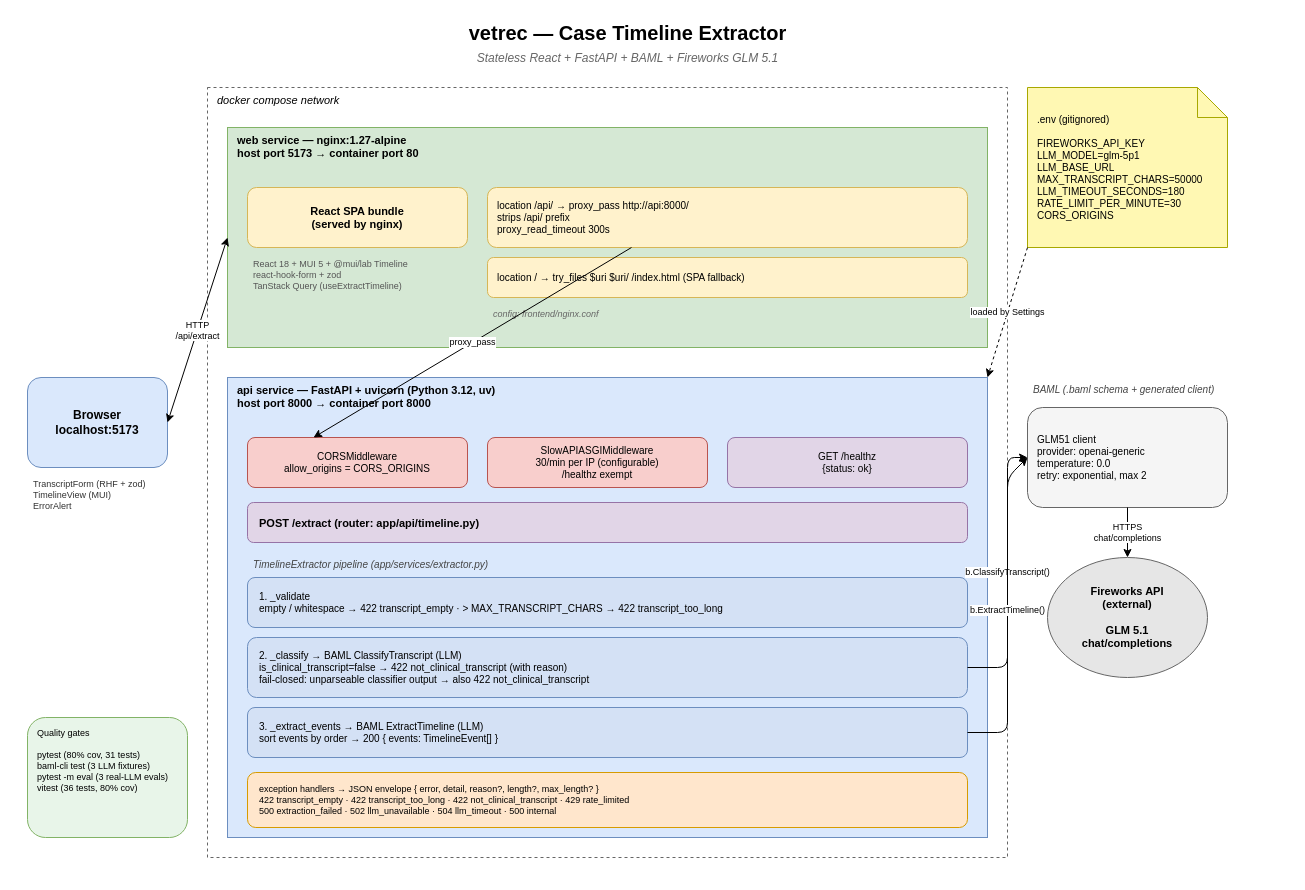
The draw.io diagram docs/architecture.drawio in AyanoNK/vetrec, before the edit. Source tidied: cells renumbered, new cells numbered last; positions are measured from the earlier drawing's top-left corner, leaving out a move shared by most shapes. Both pictures are drawn from the tidied source at 100%, with x=0, y=0 at pixel (27, 17).
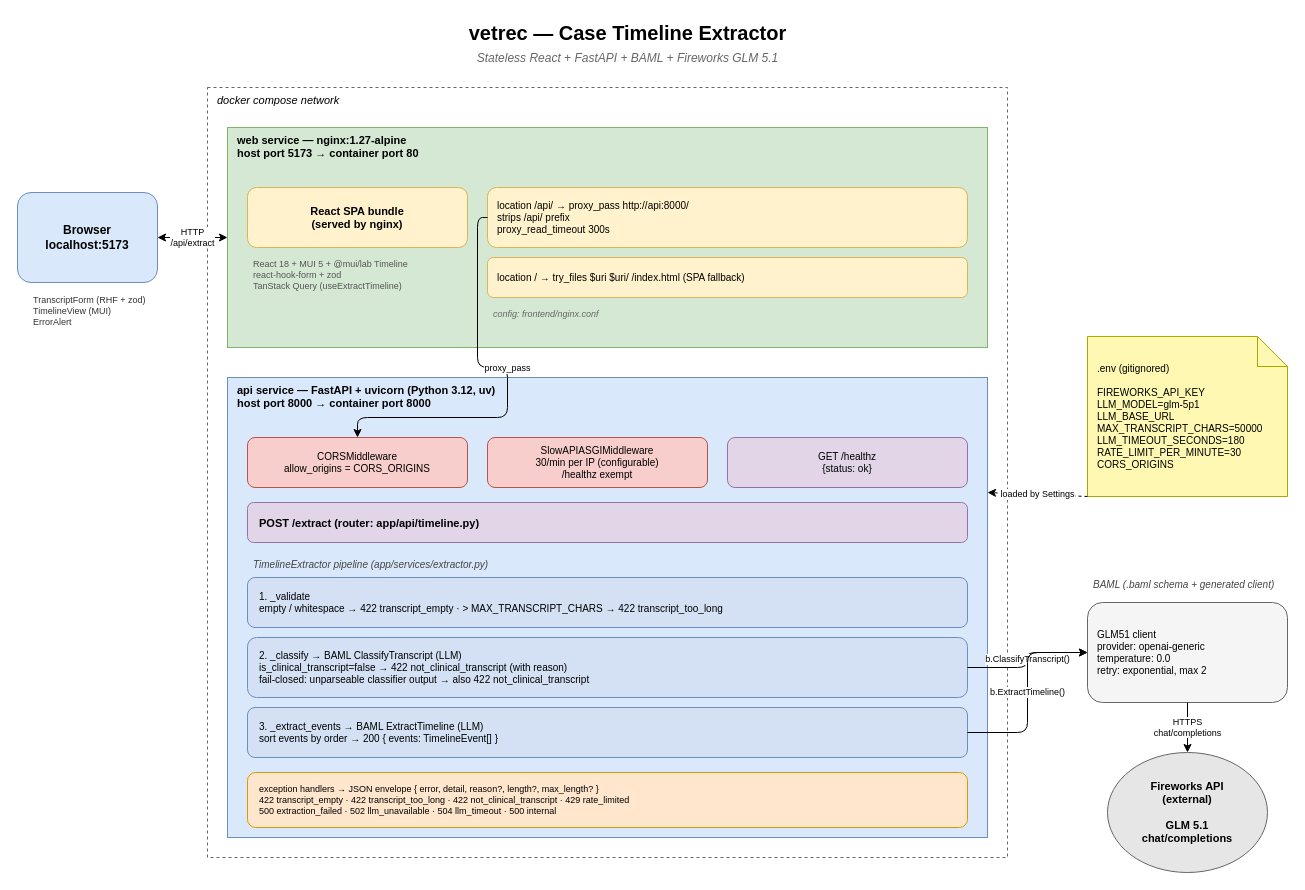
After the change.

Commit message:
add architecture diagram

The change refers to these unchanged cells:
```xml
<mxCell id="11" value="location /api/ → proxy_pass http://api:8000/&#10;strips /api/ prefix&#10;proxy_read_timeout 300s" style="rounded=1;fillColor=#fff2cc;strokeColor=#d6b656;fontSize=10;align=left;spacingLeft=8;" parent="1" vertex="1">
  <mxGeometry x="460" y="170" width="480" height="60" as="geometry" />
</mxCell>
<mxCell id="14" value="api service — FastAPI + uvicorn (Python 3.12, uv)&#10;host port 8000 → container port 8000" style="rounded=0;fillColor=#dae8fc;strokeColor=#6c8ebf;verticalAlign=top;fontSize=11;fontStyle=1;align=left;startSize=42;spacingLeft=8;" parent="1" vertex="1">
  <mxGeometry x="200" y="360" width="760" height="460" as="geometry" />
</mxCell>
<mxCell id="15" value="CORSMiddleware&#10;allow_origins = CORS_ORIGINS" style="rounded=1;fillColor=#f8cecc;strokeColor=#b85450;fontSize=10;" parent="1" vertex="1">
  <mxGeometry x="220" y="420" width="220" height="50" as="geometry" />
</mxCell>
<mxCell id="21" value="2. _classify  → BAML ClassifyTranscript (LLM)&#10;is_clinical_transcript=false → 422 not_clinical_transcript (with reason)&#10;fail-closed: unparseable classifier output → also 422 not_clinical_transcript" style="rounded=1;fillColor=#d4e1f5;strokeColor=#6c8ebf;fontSize=10;align=left;spacingLeft=10;" parent="1" vertex="1">
  <mxGeometry x="220" y="620" width="720" height="60" as="geometry" />
</mxCell>
<mxCell id="22" value="3. _extract_events  → BAML ExtractTimeline (LLM)&#10;sort events by order  →  200 { events: TimelineEvent[] }" style="rounded=1;fillColor=#d4e1f5;strokeColor=#6c8ebf;fontSize=10;align=left;spacingLeft=10;" parent="1" vertex="1">
  <mxGeometry x="220" y="690" width="720" height="50" as="geometry" />
</mxCell>
```

Change to the diagram source:
```diff
@@
     <mxCell id="4" value=".env (gitignored)&#10;&#10;FIREWORKS_API_KEY&#10;LLM_MODEL=glm-5p1&#10;LLM_BASE_URL&#10;MAX_TRANSCRIPT_CHARS=50000&#10;LLM_TIMEOUT_SECONDS=180&#10;RATE_LIMIT_PER_MINUTE=30&#10;CORS_ORIGINS" style="shape=note;fillColor=#fff8b3;strokeColor=#a8a800;fontSize=10;align=left;spacingLeft=8;" parent="1" vertex="1">
-      <mxGeometry x="1000" y="70" width="200" height="160" as="geometry" />
+      <mxGeometry x="1060" y="319" width="200" height="160" as="geometry" />
     </mxCell>
     <mxCell id="5" value="Browser&#10;localhost:5173" style="rounded=1;whiteSpace=wrap;html=1;fillColor=#dae8fc;strokeColor=#6c8ebf;fontSize=12;fontStyle=1;" parent="1" vertex="1">
-      <mxGeometry y="360" width="140" height="90" as="geometry" />
+      <mxGeometry x="-10" y="175" width="140" height="90" as="geometry" />
     </mxCell>
     <mxCell id="6" value="TranscriptForm (RHF + zod)&#10;TimelineView (MUI)&#10;ErrorAlert" style="text;align=left;fontSize=9;fontColor=#333333;spacingLeft=4;" parent="1" vertex="1">
-      <mxGeometry y="455" width="140" height="48" as="geometry" />
+      <mxGeometry y="271" width="140" height="48" as="geometry" />
     </mxCell>
@@
     <mxCell id="24" value="BAML  (.baml schema + generated client)" style="text;align=left;fontSize=10;fontStyle=2;fontColor=#444444;spacingLeft=4;" parent="1" vertex="1">
-      <mxGeometry x="1000" y="360" width="200" height="20" as="geometry" />
+      <mxGeometry x="1060" y="555" width="200" height="20" as="geometry" />
     </mxCell>
     <mxCell id="25" value="GLM51 client&#10;provider: openai-generic&#10;temperature: 0.0&#10;retry: exponential, max 2" style="rounded=1;fillColor=#f5f5f5;strokeColor=#666666;fontSize=10;align=left;spacingLeft=8;" parent="1" vertex="1">
-      <mxGeometry x="1000" y="390" width="200" height="100" as="geometry" />
+      <mxGeometry x="1060" y="585" width="200" height="100" as="geometry" />
     </mxCell>
     <mxCell id="26" value="Fireworks API&#10;(external)&#10;&#10;GLM 5.1&#10;chat/completions" style="ellipse;whiteSpace=wrap;html=1;fillColor=#e6e6e6;strokeColor=#666666;fontSize=11;fontStyle=1;" parent="1" vertex="1">
-      <mxGeometry x="1020" y="540" width="160" height="120" as="geometry" />
+      <mxGeometry x="1080" y="735" width="160" height="120" as="geometry" />
     </mxCell>
-    <mxCell id="27" value="Quality gates&#10;&#10;pytest (80% cov, 31 tests)&#10;baml-cli test (3 LLM fixtures)&#10;pytest -m eval (3 real-LLM evals)&#10;vitest (36 tests, 80% cov)" style="rounded=1;fillColor=#e8f5e9;strokeColor=#82b366;fontSize=9;align=left;spacingLeft=8;verticalAlign=top;spacingTop=4;" parent="1" vertex="1">
-      <mxGeometry y="700" width="160" height="120" as="geometry" />
-    </mxCell>
@@
-    <mxCell id="29" value="proxy_pass" style="endArrow=classic;html=1;rounded=1;fontSize=9;exitX=0.3;exitY=1;entryX=0.3;entryY=0;" parent="1" edge="1" source="11" target="15">
-      <mxGeometry relative="1" as="geometry" />
+    <mxCell id="29" value="proxy_pass" style="endArrow=classic;html=1;rounded=1;fontSize=9;exitX=0;exitY=0.5;entryX=0.5;entryY=0;exitDx=0;exitDy=0;edgeStyle=orthogonalEdgeStyle;entryDx=0;entryDy=0;" parent="1" edge="1" source="11" target="15">
+      <mxGeometry x="-0.07" relative="1" as="geometry">
+        <Array as="points">
+          <mxPoint x="450" y="200" />
+          <mxPoint x="450" y="350" />
+          <mxPoint x="480" y="350" />
+          <mxPoint x="480" y="400" />
+          <mxPoint x="330" y="400" />
+        </Array>
+      </mxGeometry>
     </mxCell>
-    <mxCell id="30" value="b.ClassifyTranscript()" style="endArrow=classic;html=1;rounded=1;fontSize=9;exitX=1;exitY=0.5;entryX=0;entryY=0.5;" parent="1" edge="1" source="21" target="25">
-      <mxGeometry relative="1" as="geometry">
-        <Array as="points">
-          <mxPoint x="980" y="650" />
-          <mxPoint x="980" y="440" />
-        </Array>
-      </mxGeometry>
+    <mxCell id="30" value="b.ClassifyTranscript()" style="endArrow=classic;html=1;rounded=1;fontSize=9;exitX=1;exitY=0.5;entryX=0;entryY=0.5;edgeStyle=orthogonalEdgeStyle;" parent="1" edge="1" source="21" target="25">
+      <mxGeometry relative="1" as="geometry" />
     </mxCell>
-    <mxCell id="31" value="b.ExtractTimeline()" style="endArrow=classic;html=1;rounded=1;fontSize=9;exitX=1;exitY=0.5;entryX=0;entryY=0.5;" parent="1" edge="1" source="22" target="25">
-      <mxGeometry relative="1" as="geometry">
-        <Array as="points">
-          <mxPoint x="980" y="715" />
-          <mxPoint x="980" y="460" />
-        </Array>
-      </mxGeometry>
+    <mxCell id="31" value="b.ExtractTimeline()" style="endArrow=classic;html=1;rounded=1;fontSize=9;exitX=1;exitY=0.5;entryX=0;entryY=0.5;edgeStyle=orthogonalEdgeStyle;" parent="1" edge="1" source="22" target="25">
+      <mxGeometry relative="1" as="geometry" />
     </mxCell>
@@
-    <mxCell id="33" value="loaded by Settings" style="endArrow=classic;dashed=1;html=1;rounded=1;fontSize=9;exitX=0;exitY=1;entryX=1;entryY=0;" parent="1" edge="1" source="4" target="14">
+    <mxCell id="33" value="loaded by Settings" style="endArrow=classic;dashed=1;html=1;rounded=1;fontSize=9;exitX=0;exitY=1;entryX=1;entryY=0.25;entryDx=0;entryDy=0;" parent="1" edge="1" source="4" target="14">
       <mxGeometry relative="1" as="geometry" />
     </mxCell>
```
